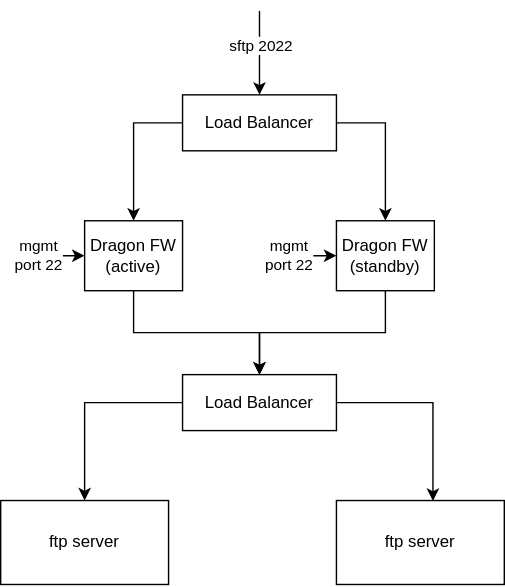
vjavle/invoicecloud keeps this draw.io diagram as ftpport22.svg. Above is the earlier version. Source tidied: cells renumbered, new cells last; positions are measured from the earlier drawing's top-left corner, leaving out a move shared by most shapes.
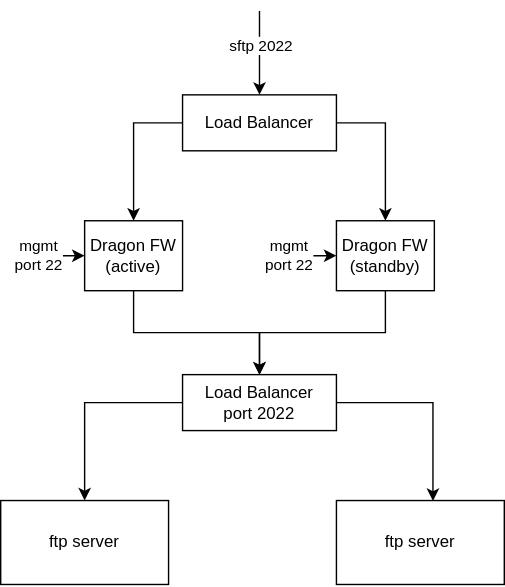
After the change.

Diff of the diagram source:
```diff
@@ -28,7 +28,7 @@
     <mxCell id="9" style="edgeStyle=orthogonalEdgeStyle;rounded=0;jettySize=auto;html=1;startArrow=none;startFill=0;endArrow=classic;endFill=1;" parent="1" edge="1" source="10" target="6">
       <mxGeometry relative="1" as="geometry" />
     </mxCell>
-    <mxCell id="10" value="Load Balancer" style="rounded=0;whiteSpace=wrap;html=1;" parent="1" vertex="1">
+    <mxCell id="10" value="Load Balancer&lt;br&gt;port 2022" style="rounded=0;whiteSpace=wrap;html=1;" parent="1" vertex="1">
       <mxGeometry x="130" y="260" width="110" height="40" as="geometry" />
     </mxCell>
     <mxCell id="11" style="edgeStyle=orthogonalEdgeStyle;rounded=0;jettySize=auto;html=1;entryX=0.5;entryY=0;entryDx=0;entryDy=0;startArrow=none;startFill=0;endArrow=classic;endFill=1;exitX=0;exitY=0.5;exitDx=0;exitDy=0;" parent="1" edge="1" source="15" target="5">
```
